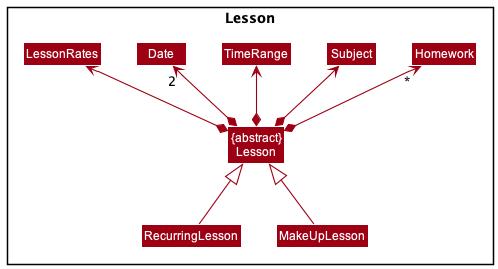
The PlantUML diagram docs/images/LessonClassDiagram.png in nus-cs2103-AY2122S1/tp, before a commit.
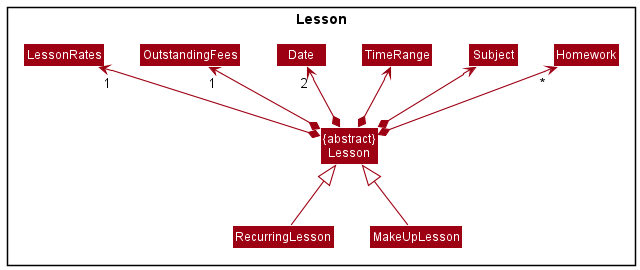
After the commit.

Diff of the diagram source:
```diff
@@ -13,12 +13,14 @@
     Class Subject
     Class Homework
     Class LessonRates
+    Class OutstandingFees
 }
 
 Lesson *-up-> "2" Date
 Lesson *-up-> TimeRange
 Lesson *-up-> Subject
-Lesson *-up-> LessonRates
+Lesson *-up-> "1" LessonRates
+Lesson *-up-> "1" OutstandingFees
 Lesson *-up-> "*" Homework
 
 Homework -[hidden]left-> Subject
```
